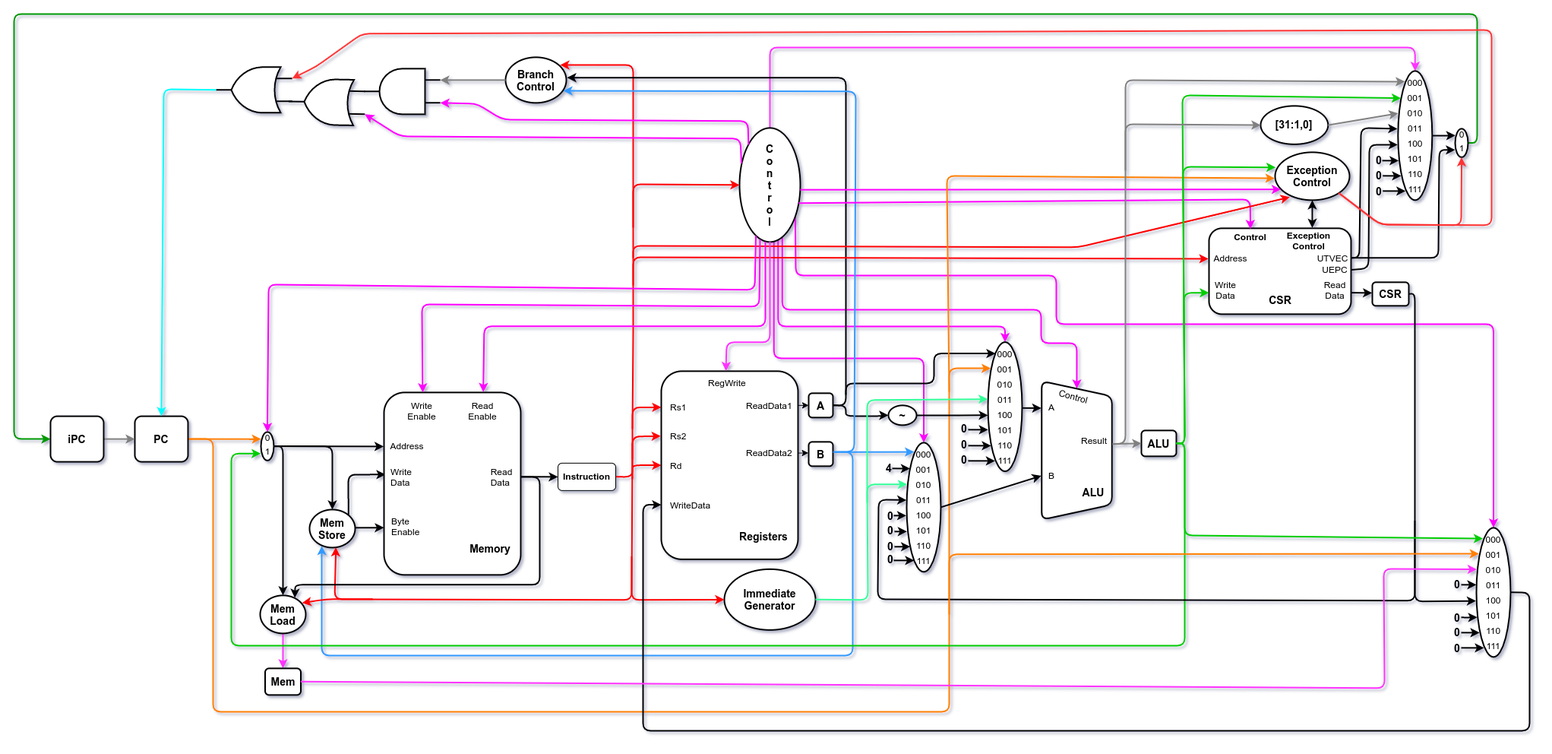
Above: images/uarch_diagrams/multicycle-RV32I-RV32IM.png in arthurbeggs/monografia (draw.io), before the change. Source tidied: cells renumbered, new cells last; positions are measured from the earlier drawing's top-left corner, leaving out a move shared by most shapes.
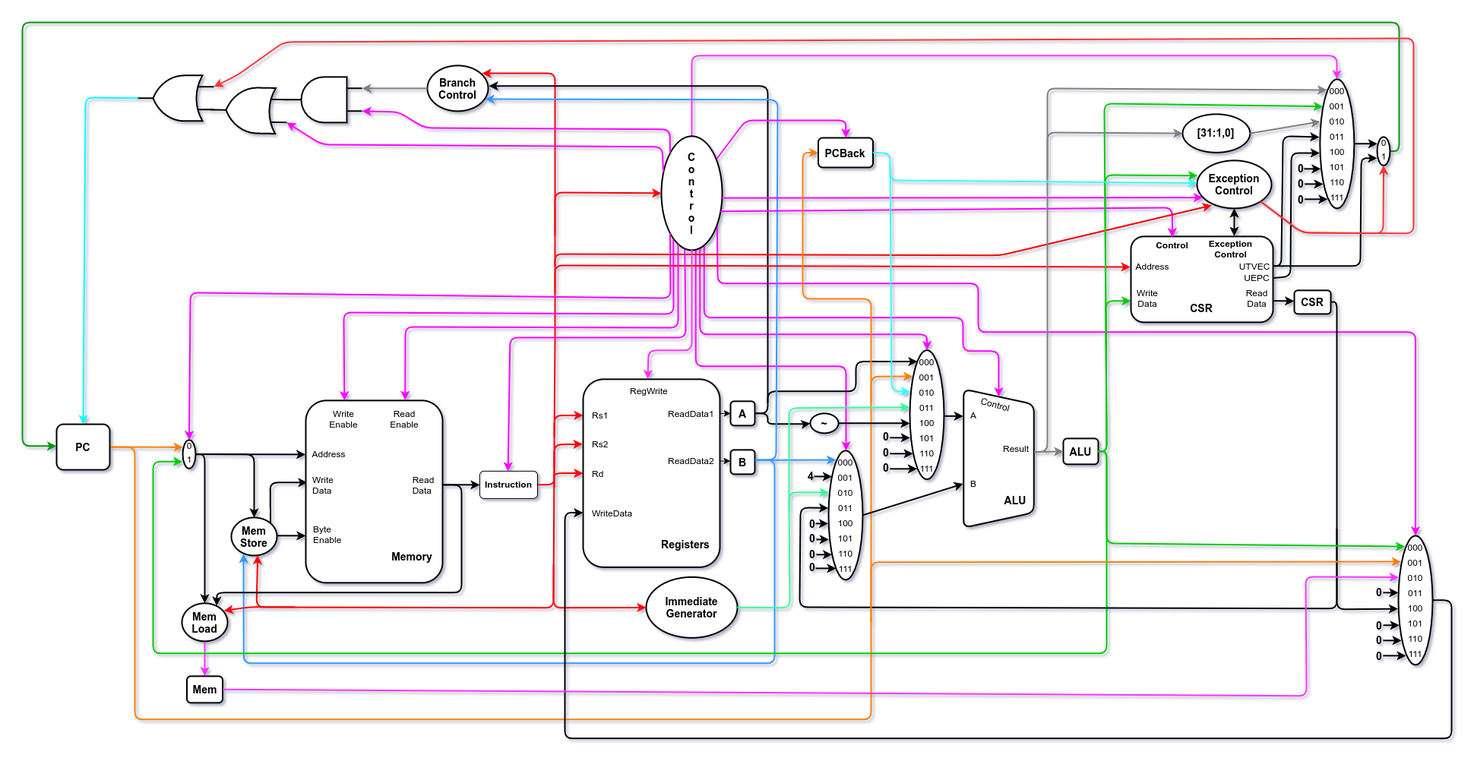
Above is the later version.

Commit message:
Conserta diagramas do multi e adiciona o da fpga

The edit, as a diff of the source:
```diff
@@ -364,13 +364,13 @@
     <mxCell id="81" value="&lt;b&gt;&lt;font style=&quot;font-size: 14px&quot;&gt;0&lt;/font&gt;&lt;/b&gt;" style="text;html=1;strokeColor=none;fillColor=none;align=center;verticalAlign=middle;whiteSpace=wrap;rounded=0;" parent="1" vertex="1">
       <mxGeometry x="1792" y="201.9" width="10" height="20" as="geometry" />
     </mxCell>
-    <mxCell id="82" style="edgeStyle=orthogonalEdgeStyle;rounded=1;jettySize=auto;html=1;strokeWidth=2;strokeColor=#009900;exitX=1;exitY=0.5;exitDx=0;exitDy=0;entryX=0;entryY=0.5;entryDx=0;entryDy=0;" parent="1" edge="1" source="110" target="202">
+    <mxCell id="82" style="edgeStyle=orthogonalEdgeStyle;rounded=1;jettySize=auto;html=1;strokeWidth=2;strokeColor=#009900;exitX=1;exitY=0.5;exitDx=0;exitDy=0;entryX=-0.004;entryY=0.479;entryDx=0;entryDy=0;entryPerimeter=0;" parent="1" edge="1" source="110" target="6">
       <mxGeometry relative="1" as="geometry">
         <Array as="points">
-          <mxPoint x="1926" y="169.9" />
-          <mxPoint x="1926" y="-0.1" />
-          <mxPoint y="-0.1" />
-          <mxPoint y="558.9" />
+          <mxPoint x="1926" y="170" />
+          <mxPoint x="1926" />
+          <mxPoint x="114" />
+          <mxPoint x="114" y="558" />
         </Array>
       </mxGeometry>
     </mxCell>
@@ -664,18 +664,18 @@
     <mxCell id="145" style="endArrow=classic;html=1;strokeColor=#3399FF;entryX=0.217;entryY=0.072;entryDx=0;entryDy=0;strokeWidth=2;exitX=1.002;exitY=0.421;exitDx=0;exitDy=0;exitPerimeter=0;entryPerimeter=0;" parent="1" edge="1" source="142" target="159">
       <mxGeometry relative="1" as="geometry" />
     </mxCell>
-    <mxCell id="146" style="endArrow=classic;html=1;strokeWidth=2;strokeColor=#FF00FF;entryX=0.726;entryY=-0.002;entryDx=0;entryDy=0;entryPerimeter=0;exitX=0.425;exitY=1;exitDx=0;exitDy=0;exitPerimeter=0;" parent="1" edge="1" source="15" target="117">
+    <mxCell id="146" style="endArrow=classic;html=1;strokeWidth=2;strokeColor=#FF00FF;entryX=0.726;entryY=-0.002;entryDx=0;entryDy=0;entryPerimeter=0;exitX=0.274;exitY=0.953;exitDx=0;exitDy=0;exitPerimeter=0;" parent="1" edge="1" source="15" target="117">
       <mxGeometry relative="1" as="geometry">
         <Array as="points">
-          <mxPoint x="989" y="410.9" />
-          <mxPoint x="619" y="410.9" />
+          <mxPoint x="977" y="402" />
+          <mxPoint x="618" y="401" />
         </Array>
       </mxGeometry>
     </mxCell>
-    <mxCell id="147" style="endArrow=classic;html=1;strokeWidth=2;entryX=0.283;entryY=0;entryDx=0;entryDy=0;entryPerimeter=0;exitX=0.336;exitY=0.979;exitDx=0;exitDy=0;exitPerimeter=0;strokeColor=#FF00FF;" parent="1" edge="1" source="15" target="117">
+    <mxCell id="147" style="endArrow=classic;html=1;strokeWidth=2;entryX=0.283;entryY=0;entryDx=0;entryDy=0;entryPerimeter=0;exitX=0.197;exitY=0.904;exitDx=0;exitDy=0;exitPerimeter=0;strokeColor=#FF00FF;" parent="1" edge="1" source="15" target="117">
       <mxGeometry relative="1" as="geometry">
         <Array as="points">
-          <mxPoint x="981" y="384.9" />
+          <mxPoint x="971" y="384" />
           <mxPoint x="537" y="381.9" />
         </Array>
       </mxGeometry>
@@ -840,14 +840,6 @@
     <mxCell id="190" style="endArrow=classic;html=1;strokeWidth=2;entryX=0;entryY=0.5;entryDx=0;entryDy=0;exitX=0.453;exitY=-0.008;exitDx=0;exitDy=0;exitPerimeter=0;strokeColor=#808080;" parent="1" edge="1" source="17" target="189">
       <mxGeometry relative="1" as="geometry" />
     </mxCell>
-    <mxCell id="191" style="endArrow=classic;html=1;strokeWidth=2;strokeColor=#FF8000;entryX=-0.006;entryY=0.543;entryDx=0;entryDy=0;entryPerimeter=0;" parent="1" edge="1" target="105">
-      <mxGeometry relative="1" as="geometry">
-        <mxPoint x="1231" y="496.9" as="sourcePoint" />
-        <Array as="points">
-          <mxPoint x="1228" y="212.9" />
-        </Array>
-      </mxGeometry>
-    </mxCell>
     <mxCell id="192" style="endArrow=classic;html=1;strokeWidth=2;exitX=0.455;exitY=-0.008;exitDx=0;exitDy=0;exitPerimeter=0;entryX=0.201;entryY=0.083;entryDx=0;entryDy=0;entryPerimeter=0;strokeColor=#808080;" parent="1" edge="1" source="17" target="69">
       <mxGeometry relative="1" as="geometry">
         <Array as="points">
@@ -892,12 +884,6 @@
     <mxCell id="200" style="endArrow=classic;html=1;strokeColor=#808080;strokeWidth=2;entryX=0.004;entryY=0.328;entryDx=0;entryDy=0;entryPerimeter=0;exitX=1;exitY=0.5;exitDx=0;exitDy=0;" parent="1" edge="1" source="196" target="69">
       <mxGeometry relative="1" as="geometry" />
     </mxCell>
-    <mxCell id="201" style="edgeStyle=orthogonalEdgeStyle;rounded=0;jettySize=auto;html=1;entryX=0;entryY=0.5;entryDx=0;entryDy=0;strokeColor=#808080;strokeWidth=2;" parent="1" edge="1" source="202" target="6">
-      <mxGeometry relative="1" as="geometry" />
-    </mxCell>
-    <mxCell id="202" value="&lt;b&gt;&lt;font style=&quot;font-size: 14px&quot;&gt;iPC&lt;/font&gt;&lt;/b&gt;" style="rounded=1;whiteSpace=wrap;html=1;strokeWidth=2;" parent="1" vertex="1">
-      <mxGeometry x="48" y="529.1" width="70" height="60" as="geometry" />
-    </mxCell>
     <mxCell id="203" style="verticalLabelPosition=bottom;shadow=0;dashed=0;align=center;html=1;verticalAlign=top;shape=mxgraph.electrical.logic_gates.logic_gate;operation=and;strokeWidth=2;rotation=-180;" parent="1" vertex="1">
       <mxGeometry x="461" y="71.9" width="100" height="60" as="geometry" />
     </mxCell>
@@ -978,13 +964,61 @@
         </Array>
       </mxGeometry>
     </mxCell>
-    <mxCell id="215" style="endArrow=classic;html=1;strokeColor=#FF00FF;strokeWidth=2;exitX=0.269;exitY=0.945;exitDx=0;exitDy=0;exitPerimeter=0;entryX=0.5;entryY=0;entryDx=0;entryDy=0;" parent="1" edge="1" source="15" target="126">
+    <mxCell id="215" style="endArrow=classic;html=1;strokeColor=#FF00FF;strokeWidth=2;exitX=0;exitY=1;exitDx=0;exitDy=0;entryX=0.5;entryY=0;entryDx=0;entryDy=0;" parent="1" edge="1" source="15" target="126">
       <mxGeometry relative="1" as="geometry">
         <Array as="points">
-          <mxPoint x="975" y="362.9" />
+          <mxPoint x="967" y="363" />
           <mxPoint x="335" y="355.9" />
         </Array>
       </mxGeometry>
     </mxCell>
+    <mxCell id="216" style="endArrow=classic;html=1;strokeWidth=2;strokeColor=#FF00FF;entryX=0.487;entryY=0.004;entryDx=0;entryDy=0;entryPerimeter=0;exitX=0.383;exitY=0.994;exitDx=0;exitDy=0;exitPerimeter=0;" parent="1" edge="1" source="15" target="132">
+      <mxGeometry relative="1" as="geometry">
+        <Array as="points">
+          <mxPoint x="987" y="415" />
+          <mxPoint x="756" y="415" />
+        </Array>
+      </mxGeometry>
+    </mxCell>
+    <mxCell id="217" value="&lt;b&gt;&lt;font style=&quot;font-size: 14px&quot;&gt;PCBack&lt;/font&gt;&lt;/b&gt;" style="rounded=1;whiteSpace=wrap;html=1;strokeWidth=2;" parent="1" vertex="1">
+      <mxGeometry x="1161.5" y="152" width="72" height="39" as="geometry" />
+    </mxCell>
+    <mxCell id="218" style="endArrow=classic;html=1;strokeColor=#FF00FF;strokeWidth=2;entryX=0.5;entryY=0;entryDx=0;entryDy=0;" parent="1" edge="1" target="217">
+      <mxGeometry relative="1" as="geometry">
+        <mxPoint x="1027.7" y="179.7" as="sourcePoint" />
+        <Array as="points">
+          <mxPoint x="1066" y="129" />
+          <mxPoint x="1198" y="129" />
+        </Array>
+      </mxGeometry>
+    </mxCell>
+    <mxCell id="219" style="edgeStyle=orthogonalEdgeStyle;rounded=1;jettySize=auto;html=1;strokeWidth=2;entryX=0;entryY=0.5;entryDx=0;entryDy=0;strokeColor=#FF8000;" parent="1" edge="1" target="217">
+      <mxGeometry relative="1" as="geometry">
+        <mxPoint x="1231" y="500" as="sourcePoint" />
+        <Array as="points">
+          <mxPoint x="1231" y="364" />
+          <mxPoint x="1141" y="364" />
+          <mxPoint x="1141" y="172" />
+        </Array>
+      </mxGeometry>
+    </mxCell>
+    <mxCell id="220" style="endArrow=classic;html=1;strokeColor=#33FFFF;strokeWidth=2;entryX=0.008;entryY=0.333;entryDx=0;entryDy=0;entryPerimeter=0;" parent="1" edge="1">
+      <mxGeometry relative="1" as="geometry">
+        <mxPoint x="1256" y="188" as="sourcePoint" />
+        <mxPoint x="1282.4" y="486.4" as="targetPoint" />
+        <Array as="points">
+          <mxPoint x="1258" y="485" />
+        </Array>
+      </mxGeometry>
+    </mxCell>
+    <mxCell id="221" style="endArrow=classic;html=1;strokeColor=#33FFFF;exitX=1;exitY=0.5;exitDx=0;exitDy=0;entryX=0;entryY=0.5;entryDx=0;entryDy=0;strokeWidth=2;" parent="1" edge="1" source="217">
+      <mxGeometry relative="1" as="geometry">
+        <mxPoint x="1660" y="211.5" as="targetPoint" />
+        <Array as="points">
+          <mxPoint x="1256" y="172" />
+          <mxPoint x="1256" y="208" />
+        </Array>
+      </mxGeometry>
+    </mxCell>
   </root>
 </mxGraphModel>
```
